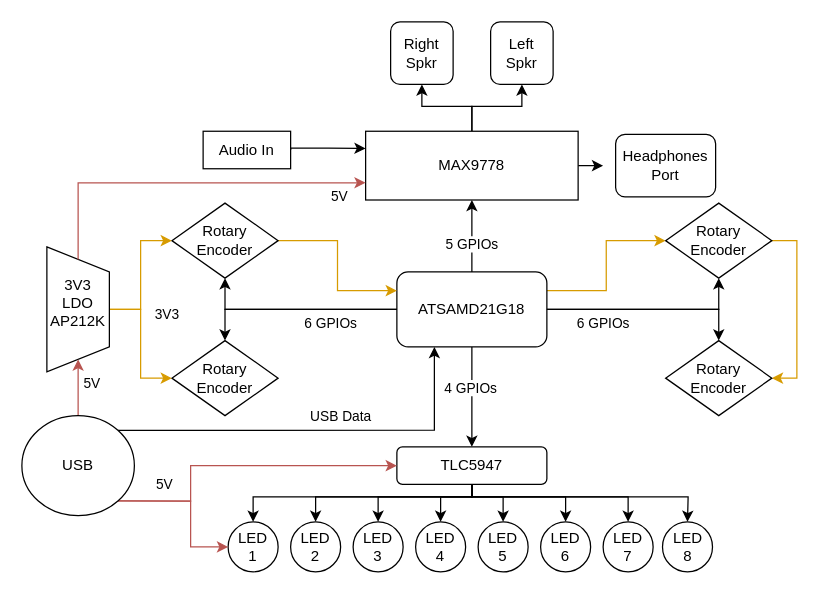
Earlier version of the draw.io diagram ArchitectureOverview.drawio (amohideen99/TheVolumeMixer). Source tidied: cells renumbered, new cells numbered last; positions are measured from the earlier drawing's top-left corner, leaving out a move shared by most shapes. Both pictures are drawn from the tidied source at 125%, with x=0, y=0 at pixel (15, 21).
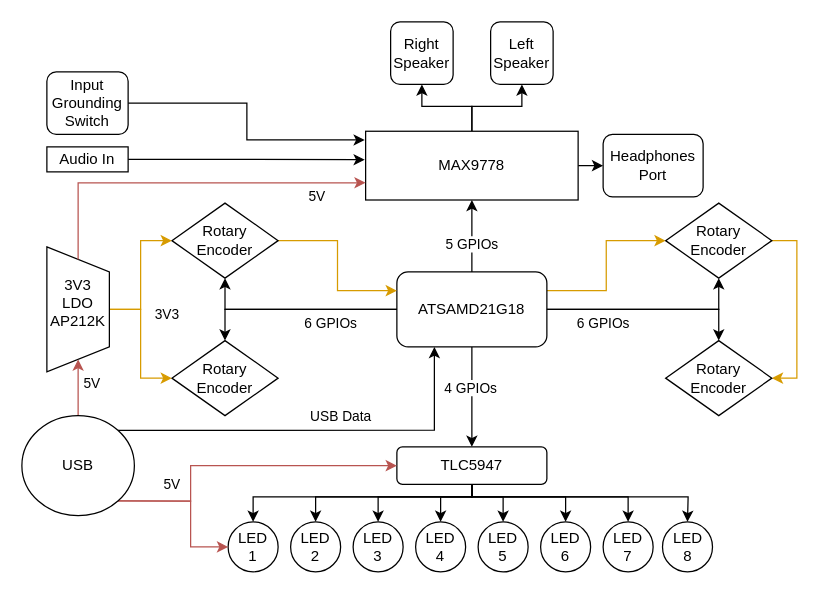
Above is the later version.

Commit message (it also covers changes not shown here):
updated Architecture w/ new success criteria

Unchanged cells that the change refers to:
```xml
<mxCell id="7" value="MAX9778" style="rounded=0;whiteSpace=wrap;html=1;" parent="1" vertex="1">
  <mxGeometry x="280" y="87.5" width="170" height="55" as="geometry" />
</mxCell>
<mxCell id="51" style="edgeStyle=orthogonalEdgeStyle;rounded=0;jettySize=auto;html=1;exitX=1;exitY=1;exitDx=0;exitDy=0;entryX=0;entryY=0.5;entryDx=0;entryDy=0;fillColor=#f8cecc;strokeColor=#b85450;" parent="1" edge="1" source="59" target="25">
  <mxGeometry relative="1" as="geometry">
    <Array as="points">
      <mxPoint x="140" y="383" />
      <mxPoint x="140" y="420" />
    </Array>
  </mxGeometry>
</mxCell>
<mxCell id="55" style="edgeStyle=orthogonalEdgeStyle;rounded=0;jettySize=auto;html=1;exitX=0;exitY=0.5;exitDx=0;exitDy=0;fontColor=#000000;entryX=0;entryY=0.75;entryDx=0;entryDy=0;fillColor=#f8cecc;strokeColor=#b85450;" parent="1" edge="1" source="49" target="7">
  <mxGeometry relative="1" as="geometry">
    <Array as="points">
      <mxPoint x="50" y="129" />
    </Array>
  </mxGeometry>
</mxCell>
```

Diff of the diagram source:
```diff
@@
-    <mxCell id="2" style="edgeStyle=orthogonalEdgeStyle;rounded=0;jettySize=auto;html=1;exitX=1;exitY=0.5;exitDx=0;exitDy=0;entryX=0;entryY=0.25;entryDx=0;entryDy=0;" parent="1" edge="1" source="3" target="7">
-      <mxGeometry relative="1" as="geometry">
-        <Array as="points">
-          <mxPoint x="220" y="101" />
-          <mxPoint x="250" y="101" />
-        </Array>
-      </mxGeometry>
+    <mxCell id="2" style="edgeStyle=orthogonalEdgeStyle;rounded=0;jettySize=auto;html=1;exitX=1;exitY=0.5;exitDx=0;exitDy=0;entryX=-0.004;entryY=0.414;entryDx=0;entryDy=0;entryPerimeter=0;" parent="1" edge="1" source="3" target="7">
+      <mxGeometry relative="1" as="geometry" />
     </mxCell>
     <mxCell id="3" value="Audio In" style="rounded=0;whiteSpace=wrap;html=1;" parent="1" vertex="1">
-      <mxGeometry x="150" y="87.5" width="70" height="30" as="geometry" />
+      <mxGeometry x="25" y="100" width="65" height="20" as="geometry" />
     </mxCell>
     <mxCell id="4" style="edgeStyle=orthogonalEdgeStyle;rounded=0;jettySize=auto;html=1;exitX=1;exitY=0.5;exitDx=0;exitDy=0;" parent="1" edge="1" source="7">
       <mxGeometry relative="1" as="geometry">
-        <mxPoint x="470" y="114.9" as="targetPoint" />
+        <mxPoint x="470" y="115" as="targetPoint" />
       </mxGeometry>
     </mxCell>
@@
-    <mxCell id="8" value="Right Spkr" style="rounded=1;whiteSpace=wrap;html=1;" parent="1" vertex="1">
+    <mxCell id="8" value="Right Speaker" style="rounded=1;whiteSpace=wrap;html=1;" parent="1" vertex="1">
       <mxGeometry x="300" width="50" height="50" as="geometry" />
     </mxCell>
     <mxCell id="9" value="Headphones&lt;br&gt;Port" style="rounded=1;whiteSpace=wrap;html=1;" parent="1" vertex="1">
-      <mxGeometry x="480" y="90" width="80" height="50" as="geometry" />
+      <mxGeometry x="470" y="90" width="80" height="50" as="geometry" />
     </mxCell>
@@
-    <mxCell id="44" value="Left&lt;br&gt;Spkr" style="rounded=1;whiteSpace=wrap;html=1;" parent="1" vertex="1">
+    <mxCell id="44" value="Left&lt;br&gt;Speaker" style="rounded=1;whiteSpace=wrap;html=1;" parent="1" vertex="1">
       <mxGeometry x="380" width="50" height="50" as="geometry" />
     </mxCell>
@@
     <mxCell id="52" value="5V" style="edgeLabel;html=1;align=center;verticalAlign=middle;" parent="51" vertex="1">
       <mxGeometry x="-0.41" y="-2" relative="1" as="geometry">
-        <mxPoint y="-15.4" as="offset" />
+        <mxPoint x="6" y="-15.3" as="offset" />
       </mxGeometry>
     </mxCell>
@@
     <mxCell id="56" value="5V" style="edgeLabel;html=1;align=center;verticalAlign=middle;fontColor=#000000;" parent="55" vertex="1">
       <mxGeometry x="0.86" y="1" relative="1" as="geometry">
-        <mxPoint x="-1.2" y="12.2" as="offset" />
+        <mxPoint x="-19.2" y="12.2" as="offset" />
       </mxGeometry>
     </mxCell>
@@
+    <mxCell id="61" style="edgeStyle=orthogonalEdgeStyle;rounded=0;jettySize=auto;html=1;exitX=1;exitY=0.5;exitDx=0;exitDy=0;entryX=-0.004;entryY=0.126;entryDx=0;entryDy=0;entryPerimeter=0;" parent="1" edge="1" source="62" target="7">
+      <mxGeometry relative="1" as="geometry" />
+    </mxCell>
+    <mxCell id="62" value="Input Grounding Switch" style="rounded=1;whiteSpace=wrap;html=1;" parent="1" vertex="1">
+      <mxGeometry x="25" y="40" width="65" height="50" as="geometry" />
+    </mxCell>
```
